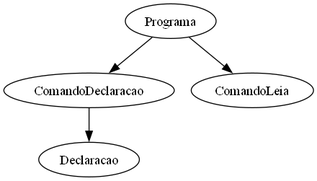
This is docs/ast.png from LuizGustavo-F/compiladores, a Graphviz export, as it was before one commit. Its source is kept beside it as docs/ast.dot.
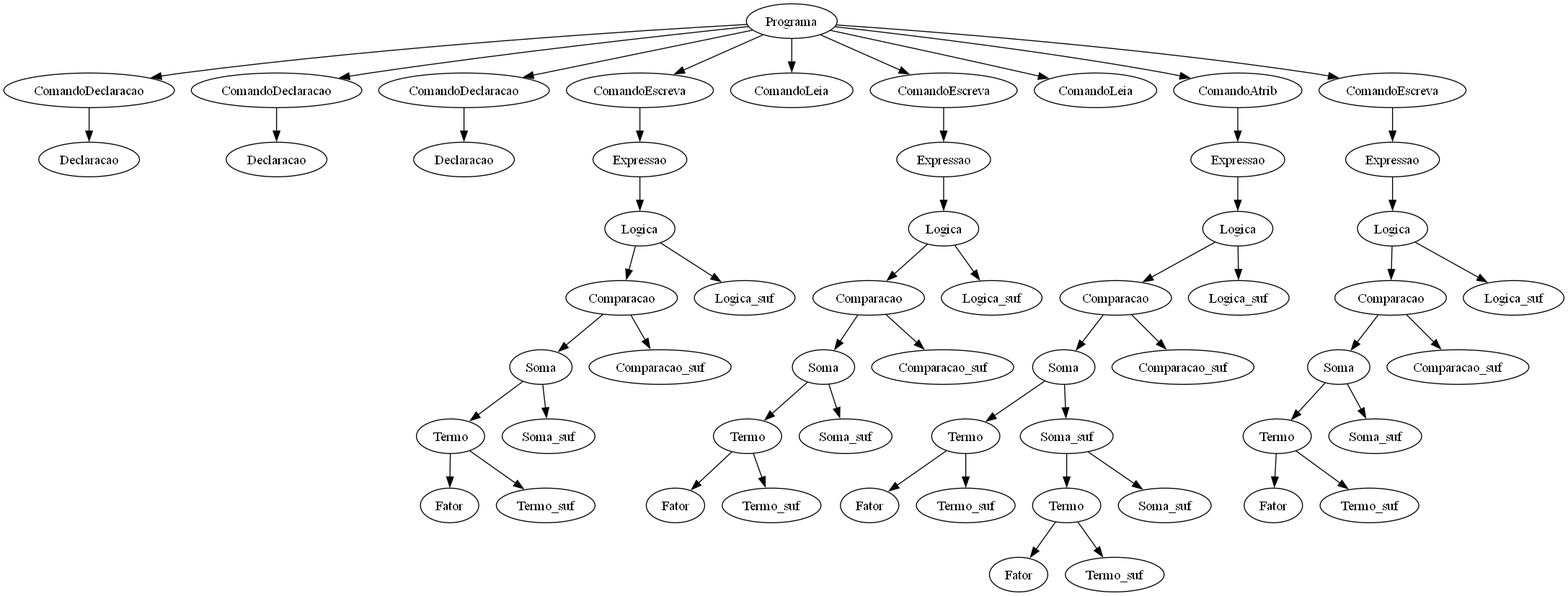
The same file after the commit.

What changed in the source:
```diff
@@ -4,6 +4,112 @@
 n0 -> n1;
 n2 [label="Declaracao"];
 n1 -> n2;
-n3 [label="ComandoLeia"];
+n3 [label="ComandoDeclaracao"];
 n0 -> n3;
+n4 [label="Declaracao"];
+n3 -> n4;
+n5 [label="ComandoDeclaracao"];
+n0 -> n5;
+n6 [label="Declaracao"];
+n5 -> n6;
+n7 [label="ComandoEscreva"];
+n0 -> n7;
+n8 [label="Expressao"];
+n7 -> n8;
+n9 [label="Logica"];
+n8 -> n9;
+n10 [label="Comparacao"];
+n9 -> n10;
+n11 [label="Soma"];
+n10 -> n11;
+n12 [label="Termo"];
+n11 -> n12;
+n13 [label="Fator"];
+n12 -> n13;
+n14 [label="Termo_suf"];
+n12 -> n14;
+n15 [label="Soma_suf"];
+n11 -> n15;
+n16 [label="Comparacao_suf"];
+n10 -> n16;
+n17 [label="Logica_suf"];
+n9 -> n17;
+n18 [label="ComandoLeia"];
+n0 -> n18;
+n19 [label="ComandoEscreva"];
+n0 -> n19;
+n20 [label="Expressao"];
+n19 -> n20;
+n21 [label="Logica"];
+n20 -> n21;
+n22 [label="Comparacao"];
+n21 -> n22;
+n23 [label="Soma"];
+n22 -> n23;
+n24 [label="Termo"];
+n23 -> n24;
+n25 [label="Fator"];
+n24 -> n25;
+n26 [label="Termo_suf"];
+n24 -> n26;
+n27 [label="Soma_suf"];
+n23 -> n27;
+n28 [label="Comparacao_suf"];
+n22 -> n28;
+n29 [label="Logica_suf"];
+n21 -> n29;
+n30 [label="ComandoLeia"];
+n0 -> n30;
+n31 [label="ComandoAtrib"];
+n0 -> n31;
+n32 [label="Expressao"];
+n31 -> n32;
+n33 [label="Logica"];
+n32 -> n33;
+n34 [label="Comparacao"];
+n33 -> n34;
+n35 [label="Soma"];
+n34 -> n35;
+n36 [label="Termo"];
+n35 -> n36;
+n37 [label="Fator"];
+n36 -> n37;
+n38 [label="Termo_suf"];
+n36 -> n38;
+n39 [label="Soma_suf"];
+n35 -> n39;
+n40 [label="Termo"];
+n39 -> n40;
+n41 [label="Fator"];
+n40 -> n41;
+n42 [label="Termo_suf"];
+n40 -> n42;
+n43 [label="Soma_suf"];
+n39 -> n43;
+n44 [label="Comparacao_suf"];
+n34 -> n44;
+n45 [label="Logica_suf"];
+n33 -> n45;
+n46 [label="ComandoEscreva"];
+n0 -> n46;
+n47 [label="Expressao"];
+n46 -> n47;
+n48 [label="Logica"];
+n47 -> n48;
+n49 [label="Comparacao"];
+n48 -> n49;
+n50 [label="Soma"];
+n49 -> n50;
+n51 [label="Termo"];
+n50 -> n51;
+n52 [label="Fator"];
+n51 -> n52;
+n53 [label="Termo_suf"];
+n51 -> n53;
+n54 [label="Soma_suf"];
+n50 -> n54;
+n55 [label="Comparacao_suf"];
+n49 -> n55;
+n56 [label="Logica_suf"];
+n48 -> n56;
 }
```
